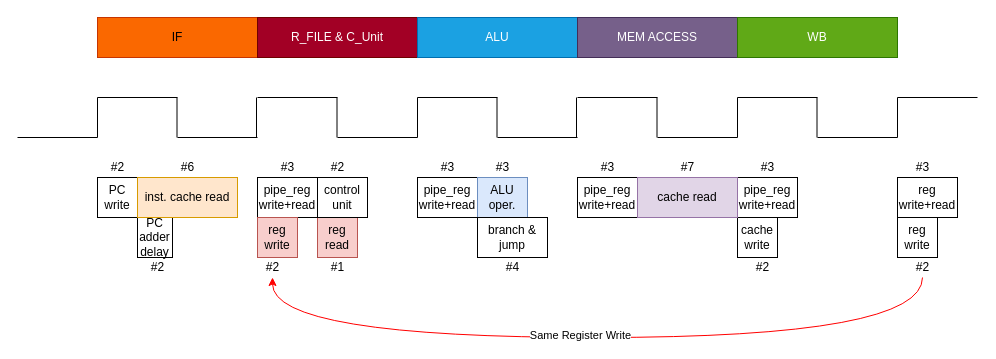
Before: page "Page-6" (1 of 13) of Instruction memory/InstrCacheFSM.drawio in cepdnaclk/e16-co502-RISCV-Pipeline-CPU-Implimentation-Group2, a draw.io diagram. Source tidied: cells renumbered, new cells numbered last; positions are measured from the earlier drawing's top-left corner, leaving out a move shared by most shapes. Both pictures are drawn from the tidied source at 100%, with x=0, y=0 at pixel (17, 17).
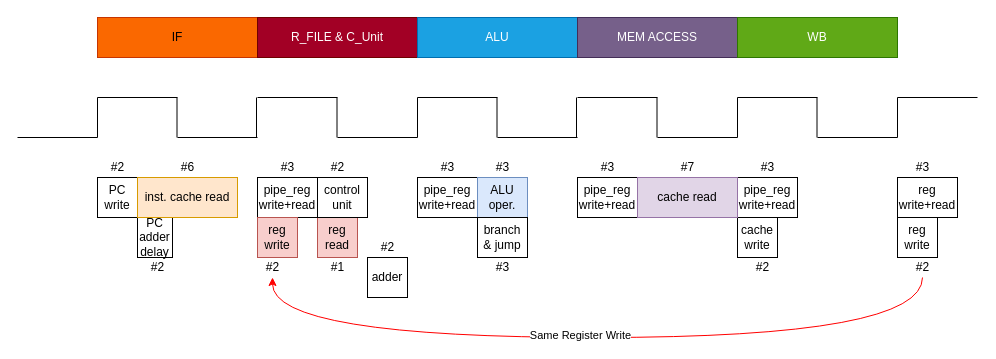
The same diagram, later.

Diff of the diagram source:
```diff
@@
     <mxCell id="42" value="branch &amp;amp; jump" style="rounded=0;whiteSpace=wrap;html=1;" parent="1" vertex="1">
-      <mxGeometry x="460" y="200" width="70" height="40" as="geometry" />
+      <mxGeometry x="460" y="200" width="50" height="40" as="geometry" />
     </mxCell>
@@
-    <mxCell id="45" value="#4" style="text;html=1;align=center;verticalAlign=middle;strokeColor=none;" parent="1" vertex="1">
-      <mxGeometry x="480" y="240" width="30" height="20" as="geometry" />
+    <mxCell id="45" value="#3" style="text;html=1;align=center;verticalAlign=middle;strokeColor=none;" parent="1" vertex="1">
+      <mxGeometry x="470" y="240" width="30" height="20" as="geometry" />
     </mxCell>
@@
+    <mxCell id="65" value="adder" style="rounded=0;whiteSpace=wrap;html=1;" parent="1" vertex="1">
+      <mxGeometry x="350" y="240" width="40" height="40" as="geometry" />
+    </mxCell>
+    <mxCell id="66" value="#2" style="text;html=1;align=center;verticalAlign=middle;strokeColor=none;" parent="1" vertex="1">
+      <mxGeometry x="355" y="220" width="30" height="20" as="geometry" />
+    </mxCell>
```
